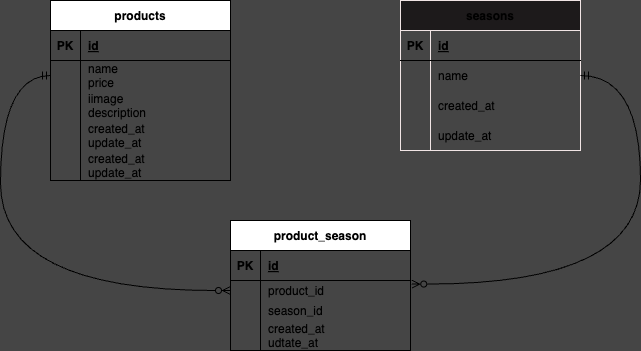
Above: ER.drawio.png in ayaka0601/ayaka_kadai (draw.io), before the change. Source tidied: cells renumbered, new cells last; positions are measured from the earlier drawing's top-left corner, leaving out a move shared by most shapes.
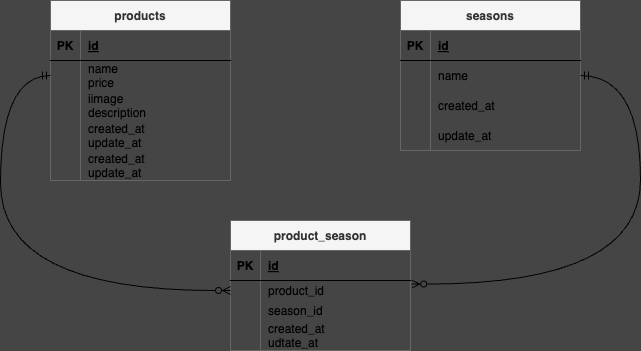
The same file after the commit.

What changed in the source:
```diff
@@ -2,7 +2,7 @@
   <root>
     <mxCell id="0" />
     <mxCell id="1" parent="0" />
-    <mxCell id="2" value="products" style="shape=table;startSize=30;rowLines=0;fontStyle=1;align=center;" parent="1" vertex="1">
+    <mxCell id="2" value="products" style="shape=table;startSize=30;rowLines=0;fontStyle=1;align=center;fillColor=#f5f5f5;fontColor=#333333;strokeColor=#666666;" parent="1" vertex="1">
       <mxGeometry x="50" width="180" height="180" as="geometry" />
     </mxCell>
     <mxCell id="3" style="shape=tableRow;horizontal=0;startSize=0;swimlaneHead=0;swimlaneBody=0;fillColor=none;top=0;left=0;right=0;bottom=1;" parent="2" vertex="1">
@@ -50,7 +50,7 @@
     <mxCell id="17" value="created_at&#10;update_at" style="shape=partialRectangle;fillColor=none;top=0;left=0;bottom=0;right=0;align=left;spacingLeft=6;overflow=hidden;" parent="15" vertex="1">
       <mxGeometry x="30" width="150" height="30" as="geometry" />
     </mxCell>
-    <mxCell id="18" value="seasons" style="shape=table;startSize=30;rowLines=0;fontStyle=1;align=center;strokeColor=#F0E4E4;fillColor=#1D1A1B;" parent="1" vertex="1">
+    <mxCell id="18" value="seasons" style="shape=table;startSize=30;rowLines=0;fontStyle=1;align=center;fillColor=#f5f5f5;fontColor=#333333;strokeColor=#666666;" parent="1" vertex="1">
       <mxGeometry x="400" width="180" height="150" as="geometry" />
     </mxCell>
     <mxCell id="19" style="shape=tableRow;horizontal=0;startSize=0;swimlaneHead=0;swimlaneBody=0;fillColor=none;top=0;left=0;right=0;bottom=1;" parent="18" vertex="1">
@@ -89,7 +89,7 @@
     <mxCell id="30" value="update_at" style="shape=partialRectangle;fillColor=none;top=0;left=0;bottom=0;right=0;align=left;spacingLeft=6;overflow=hidden;" parent="28" vertex="1">
       <mxGeometry x="30" width="150" height="30" as="geometry" />
     </mxCell>
-    <mxCell id="31" value="product_season" style="shape=table;startSize=30;rowLines=0;fontStyle=1;align=center;" parent="1" vertex="1">
+    <mxCell id="31" value="product_season" style="shape=table;startSize=30;rowLines=0;fontStyle=1;align=center;fillColor=#f5f5f5;fontColor=#333333;strokeColor=#666666;" parent="1" vertex="1">
       <mxGeometry x="230" y="220" width="180" height="130" as="geometry" />
     </mxCell>
     <mxCell id="32" style="shape=tableRow;horizontal=0;startSize=0;swimlaneHead=0;swimlaneBody=0;fillColor=none;top=0;left=0;right=0;bottom=1;" parent="31" vertex="1">
```
